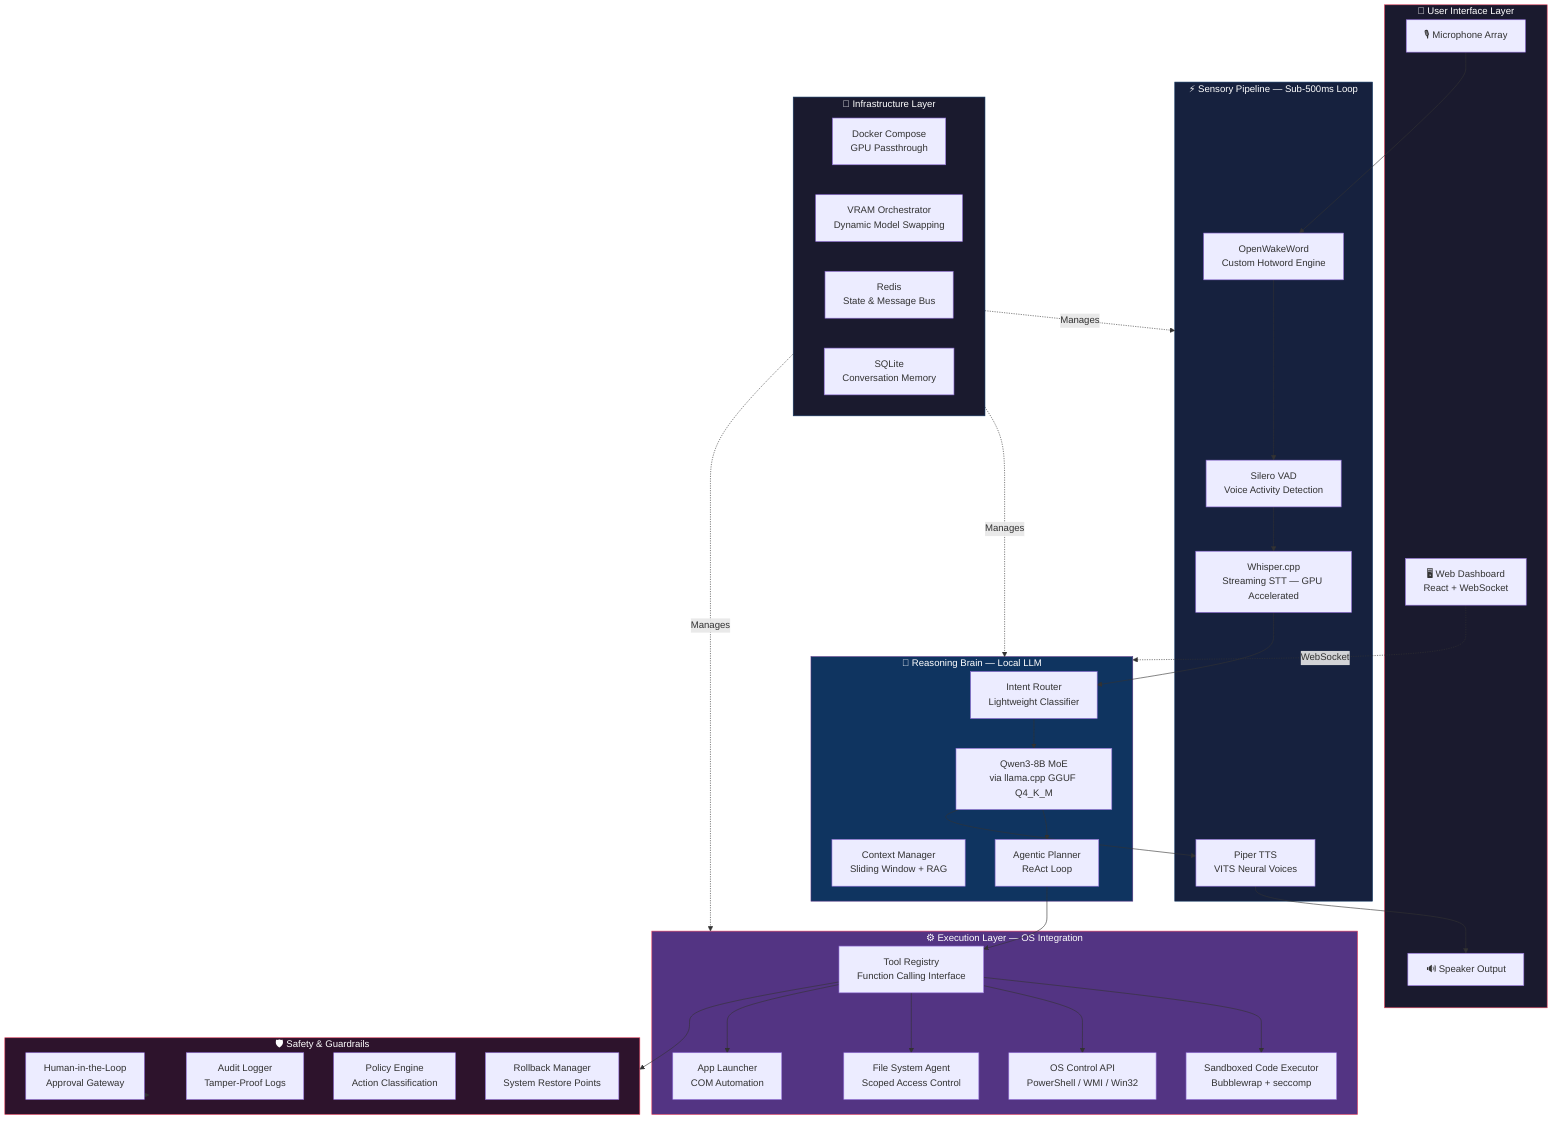
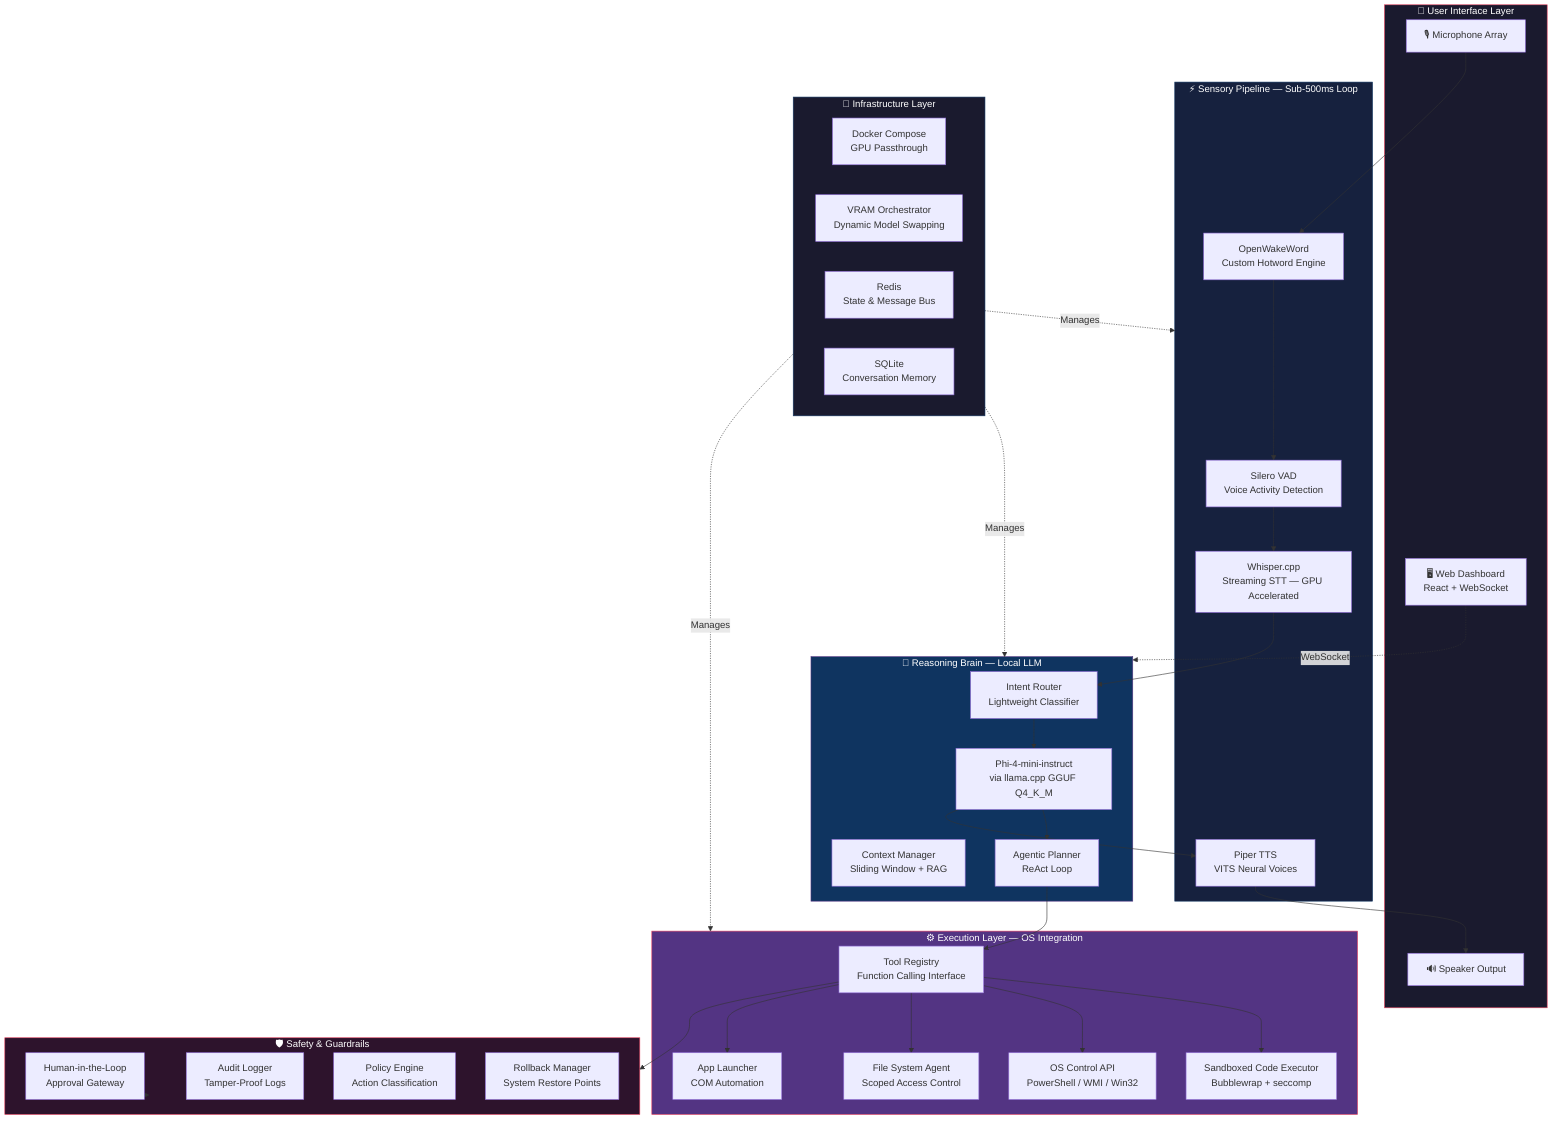
graph TB
    subgraph USER["👤 User Interface Layer"]
        MIC["🎙️ Microphone Array"]
        SPK["🔊 Speaker Output"]
        GUI["🖥️ Web Dashboard<br/>React + WebSocket"]
    end

    subgraph SENSORY["⚡ Sensory Pipeline — Sub-500ms Loop"]
        VAD["Silero VAD<br/>Voice Activity Detection"]
        STT["Whisper.cpp<br/>Streaming STT — GPU Accelerated"]
        TTS["Piper TTS<br/>VITS Neural Voices"]
        WAKE["OpenWakeWord<br/>Custom Hotword Engine"]
    end

    subgraph BRAIN["🧠 Reasoning Brain — Local LLM"]
        ROUTER["Intent Router<br/>Lightweight Classifier"]
-         LLM["Qwen3-8B MoE<br/>via llama.cpp GGUF Q4_K_M"]
+         LLM["Phi-4-mini-instruct<br/>via llama.cpp GGUF Q4_K_M"]
        CTX["Context Manager<br/>Sliding Window + RAG"]
        PLAN["Agentic Planner<br/>ReAct Loop"]
    end

    subgraph EXEC["⚙️ Execution Layer — OS Integration"]
        TOOLS["Tool Registry<br/>Function Calling Interface"]
        SANDBOX["Sandboxed Code Executor<br/>Bubblewrap + seccomp"]
        OS_API["OS Control API<br/>PowerShell / WMI / Win32"]
        FS["File System Agent<br/>Scoped Access Control"]
        APP["App Launcher<br/>COM Automation"]
    end

    subgraph SAFETY["🛡️ Safety & Guardrails"]
        HITL["Human-in-the-Loop<br/>Approval Gateway"]
        AUDIT["Audit Logger<br/>Tamper-Proof Logs"]
        POLICY["Policy Engine<br/>Action Classification"]
        ROLLBACK["Rollback Manager<br/>System Restore Points"]
    end

    subgraph INFRA["🐳 Infrastructure Layer"]
        DOCKER["Docker Compose<br/>GPU Passthrough"]
        VRAM["VRAM Orchestrator<br/>Dynamic Model Swapping"]
        REDIS["Redis<br/>State & Message Bus"]
        SQLITE["SQLite<br/>Conversation Memory"]
    end

    MIC --> WAKE --> VAD --> STT
    STT --> ROUTER
    ROUTER --> LLM
    LLM --> PLAN
    PLAN --> TOOLS
    TOOLS --> SANDBOX
    TOOLS --> OS_API
    TOOLS --> FS
    TOOLS --> APP
    TOOLS --> SAFETY
    SAFETY --> HITL
    LLM --> TTS --> SPK
    GUI -.->|WebSocket| BRAIN
    INFRA -.->|Manages| BRAIN
    INFRA -.->|Manages| SENSORY
    INFRA -.->|Manages| EXEC

    style USER fill:#1a1a2e,stroke:#e94560,color:#fff
    style SENSORY fill:#16213e,stroke:#0f3460,color:#fff
    style BRAIN fill:#0f3460,stroke:#533483,color:#fff
    style EXEC fill:#533483,stroke:#e94560,color:#fff
    style SAFETY fill:#2d132c,stroke:#e94560,color:#fff
    style INFRA fill:#1a1a2e,stroke:#0f3460,color:#fff
